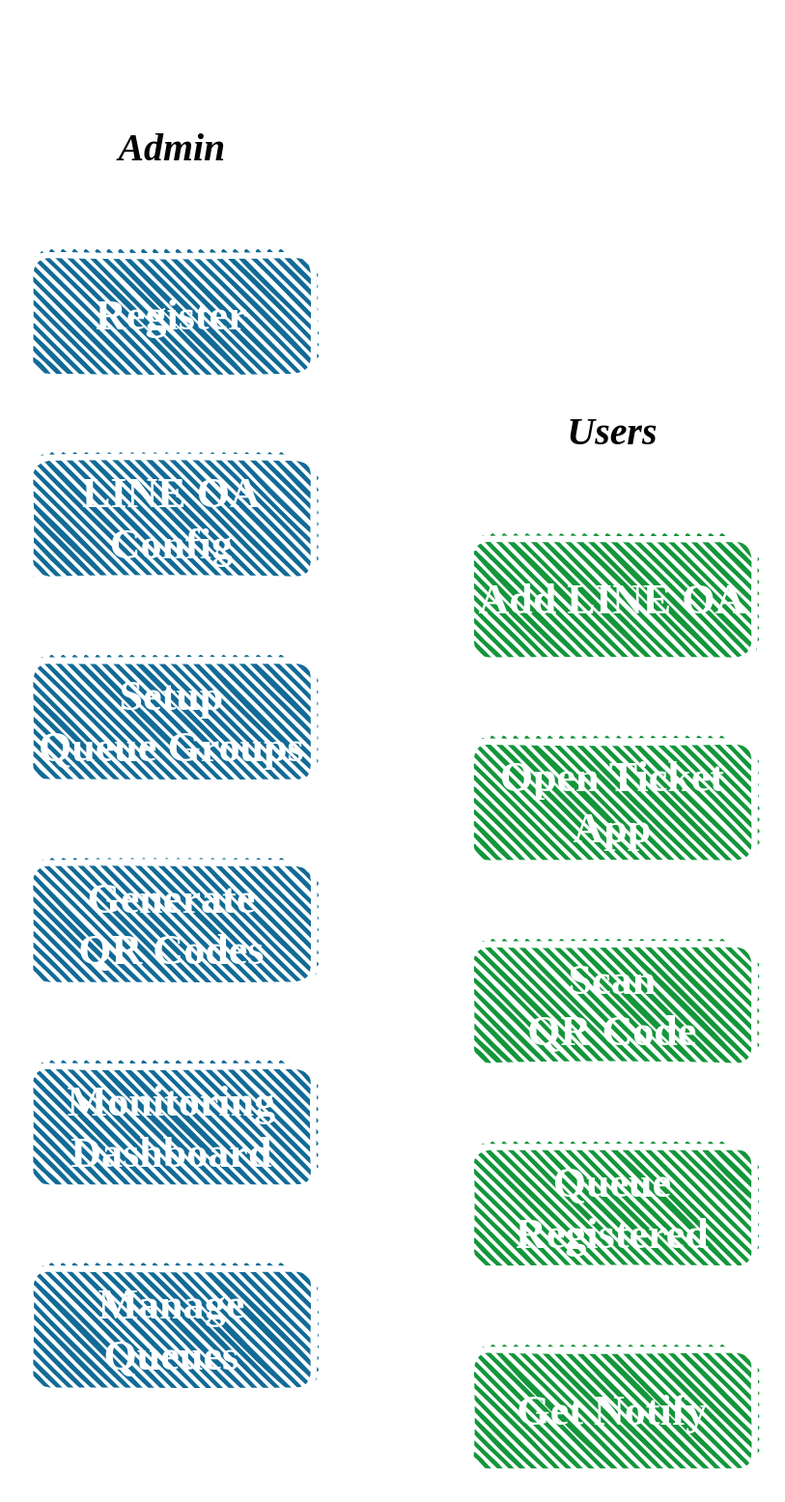
Pang25441/line-virtual-queue-frontend keeps this draw.io diagram as public/LVQ-Flow-FlowTH.drawio.svg. Above is the earlier version. Source tidied: cells renumbered, new cells last; positions are measured from the earlier drawing's top-left corner, leaving out a move shared by most shapes.
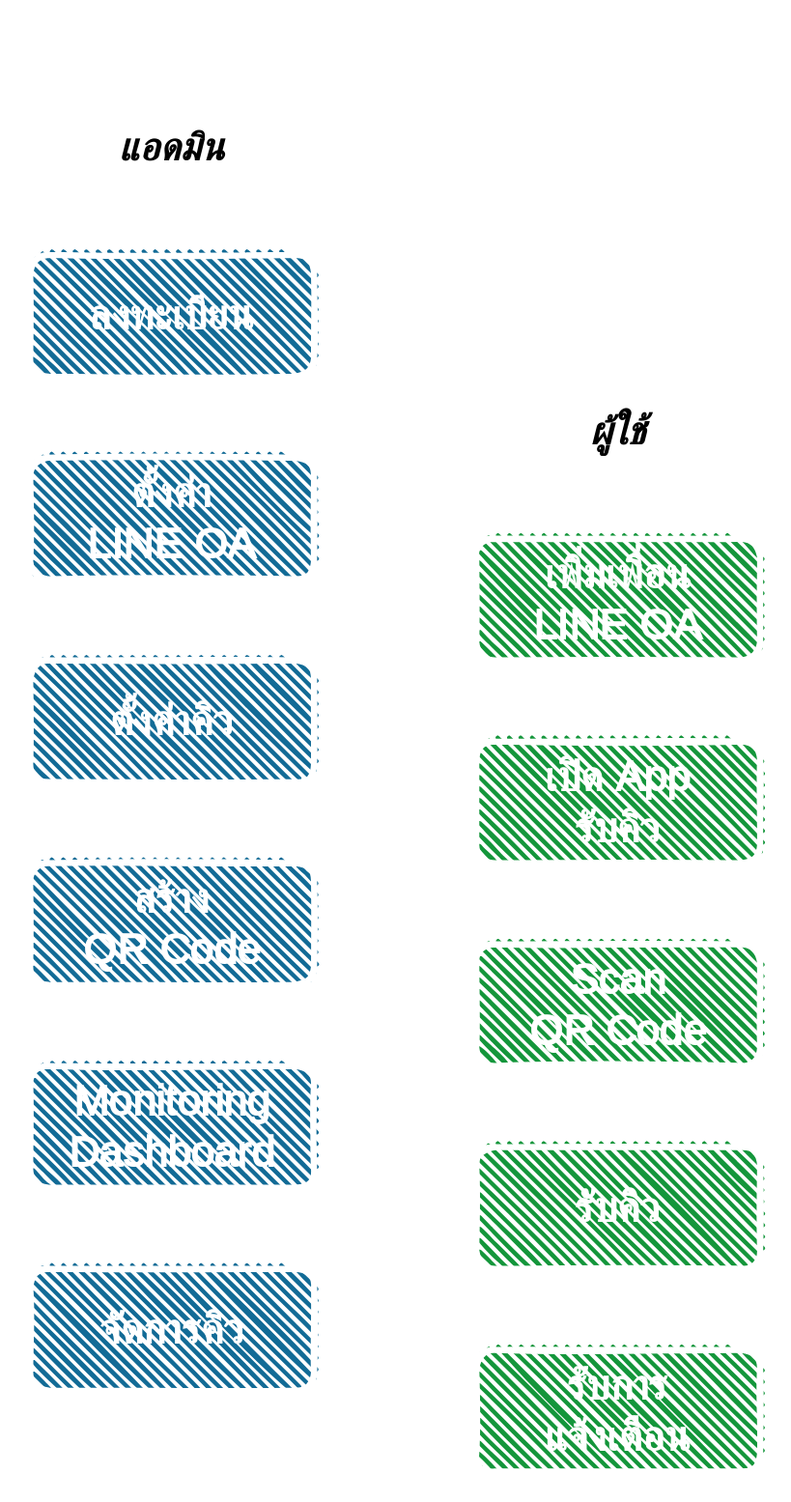
Later version of the same file.

What changed in the source:
```diff
@@ -1,24 +1,24 @@
-<mxGraphModel background="#000000">
+<mxGraphModel background="#121212">
   <root>
     <mxCell id="0" />
     <mxCell id="1" parent="0" />
     <mxCell id="2" style="edgeStyle=orthogonalEdgeStyle;rounded=0;jettySize=auto;html=1;exitX=0.5;exitY=1;exitDx=0;exitDy=0;fontFamily=Garamond;fontSize=38;fontColor=#FFFFFF;strokeColor=#FFFFFF;strokeWidth=6;entryX=0.5;entryY=0;entryDx=0;entryDy=0;" parent="1" edge="1" source="3" target="5">
       <mxGeometry relative="1" as="geometry" />
     </mxCell>
-    <mxCell id="3" value="Register" style="rounded=1;whiteSpace=wrap;html=1;strokeWidth=6;fillWeight=4;hachureGap=8;hachureAngle=45;fillColor=#126B96;sketch=1;strokeColor=#FFFFFF;fontSize=42;fontStyle=1;fontFamily=Kanit;fontColor=#FFFFFF;fontSource=https%3A%2F%2Ffonts.googleapis.com%2Fcss%3Ffamily%3DKanit;labelBackgroundColor=none;labelBorderColor=none;shadow=0;spacing=2;fillStyle=hachure;glass=0;perimeterSpacing=0;gradientColor=none;" parent="1" vertex="1">
-      <mxGeometry y="221.7" width="280" height="120" as="geometry" />
+    <mxCell id="3" value="ลงทะเบียน" style="rounded=1;whiteSpace=wrap;html=1;strokeWidth=6;fillWeight=4;hachureGap=8;hachureAngle=45;fillColor=#126B96;sketch=1;strokeColor=#FFFFFF;fontSize=42;fontStyle=1;fontFamily=Kanit;fontColor=#FFFFFF;fontSource=https%3A%2F%2Ffonts.googleapis.com%2Fcss%3Ffamily%3DKanit;labelBackgroundColor=none;labelBorderColor=none;shadow=0;spacing=2;fillStyle=hachure;glass=0;perimeterSpacing=0;gradientColor=none;" parent="1" vertex="1">
+      <mxGeometry x="12" y="221.7" width="280" height="120" as="geometry" />
     </mxCell>
     <mxCell id="4" style="edgeStyle=orthogonalEdgeStyle;rounded=0;jettySize=auto;html=1;fontFamily=Garamond;fontSize=38;fontColor=#FFFFFF;strokeColor=#FFFFFF;strokeWidth=6;" parent="1" edge="1" source="5" target="7">
       <mxGeometry relative="1" as="geometry" />
     </mxCell>
-    <mxCell id="5" value="LINE OA&lt;br style=&quot;font-size: 42px;&quot;&gt;Config" style="rounded=1;whiteSpace=wrap;html=1;strokeWidth=6;fillWeight=4;hachureGap=8;hachureAngle=45;fillColor=#126B96;sketch=1;strokeColor=#FFFFFF;fontSize=42;fontStyle=1;fontFamily=Kanit;fontColor=#FFFFFF;fontSource=https%3A%2F%2Ffonts.googleapis.com%2Fcss%3Ffamily%3DKanit;labelBackgroundColor=none;labelBorderColor=none;shadow=0;spacing=2;fillStyle=hachure;glass=0;perimeterSpacing=0;gradientColor=none;" parent="1" vertex="1">
-      <mxGeometry y="421.7" width="280" height="120" as="geometry" />
+    <mxCell id="5" value="ตั้งค่า&lt;br&gt;LINE OA" style="rounded=1;whiteSpace=wrap;html=1;strokeWidth=6;fillWeight=4;hachureGap=8;hachureAngle=45;fillColor=#126B96;sketch=1;strokeColor=#FFFFFF;fontSize=42;fontStyle=1;fontFamily=Kanit;fontColor=#FFFFFF;fontSource=https%3A%2F%2Ffonts.googleapis.com%2Fcss%3Ffamily%3DKanit;labelBackgroundColor=none;labelBorderColor=none;shadow=0;spacing=2;fillStyle=hachure;glass=0;perimeterSpacing=0;gradientColor=none;" parent="1" vertex="1">
+      <mxGeometry x="12" y="421.7" width="280" height="120" as="geometry" />
     </mxCell>
     <mxCell id="6" style="edgeStyle=orthogonalEdgeStyle;rounded=0;jettySize=auto;html=1;fontFamily=Garamond;fontSize=38;fontColor=#FFFFFF;strokeColor=#FFFFFF;strokeWidth=6;" parent="1" edge="1" source="7" target="10">
       <mxGeometry relative="1" as="geometry" />
     </mxCell>
-    <mxCell id="7" value="Setup&lt;br style=&quot;font-size: 42px;&quot;&gt;Queue Groups" style="rounded=1;whiteSpace=wrap;html=1;strokeWidth=6;fillWeight=4;hachureGap=8;hachureAngle=45;fillColor=#126B96;sketch=1;strokeColor=#FFFFFF;fontSize=42;fontStyle=1;fontFamily=Kanit;fontColor=#FFFFFF;fontSource=https%3A%2F%2Ffonts.googleapis.com%2Fcss%3Ffamily%3DKanit;labelBackgroundColor=none;labelBorderColor=none;shadow=0;spacing=2;fillStyle=hachure;glass=0;perimeterSpacing=0;gradientColor=none;" parent="1" vertex="1">
-      <mxGeometry y="621.7" width="280" height="120" as="geometry" />
+    <mxCell id="7" value="ตั้งค่าคิว" style="rounded=1;whiteSpace=wrap;html=1;strokeWidth=6;fillWeight=4;hachureGap=8;hachureAngle=45;fillColor=#126B96;sketch=1;strokeColor=#FFFFFF;fontSize=42;fontStyle=1;fontFamily=Kanit;fontColor=#FFFFFF;fontSource=https%3A%2F%2Ffonts.googleapis.com%2Fcss%3Ffamily%3DKanit;labelBackgroundColor=none;labelBorderColor=none;shadow=0;spacing=2;fillStyle=hachure;glass=0;perimeterSpacing=0;gradientColor=none;" parent="1" vertex="1">
+      <mxGeometry x="12" y="621.7" width="280" height="120" as="geometry" />
     </mxCell>
     <mxCell id="8" style="edgeStyle=entityRelationEdgeStyle;jettySize=auto;html=1;exitX=1;exitY=0.5;exitDx=0;exitDy=0;entryX=0;entryY=0.5;entryDx=0;entryDy=0;fontFamily=Garamond;fontSize=38;fontColor=#FFFFFF;strokeColor=#FFFFFF;strokeWidth=6;elbow=vertical;rounded=0;" parent="1" edge="1" source="10" target="16">
       <mxGeometry relative="1" as="geometry" />
@@ -26,59 +26,59 @@
     <mxCell id="9" style="rounded=0;jumpStyle=none;jettySize=auto;html=1;exitX=0.5;exitY=1;exitDx=0;exitDy=0;entryX=0.5;entryY=0;entryDx=0;entryDy=0;fontFamily=Garamond;fontSize=38;fontColor=#FFFFFF;sourcePerimeterSpacing=0;targetPerimeterSpacing=0;strokeColor=#FFFFFF;strokeWidth=6;elbow=vertical;" parent="1" edge="1" source="10" target="23">
       <mxGeometry relative="1" as="geometry" />
     </mxCell>
-    <mxCell id="10" value="Generate&lt;br style=&quot;font-size: 42px;&quot;&gt;QR Codes" style="rounded=1;whiteSpace=wrap;html=1;strokeWidth=6;fillWeight=4;hachureGap=8;hachureAngle=45;fillColor=#126B96;sketch=1;strokeColor=#FFFFFF;fontSize=42;fontStyle=1;fontFamily=Kanit;fontColor=#FFFFFF;fontSource=https%3A%2F%2Ffonts.googleapis.com%2Fcss%3Ffamily%3DKanit;labelBackgroundColor=none;labelBorderColor=none;shadow=0;spacing=2;fillStyle=hachure;glass=0;perimeterSpacing=0;gradientColor=none;" parent="1" vertex="1">
-      <mxGeometry y="821.7" width="280" height="120" as="geometry" />
+    <mxCell id="10" value="สร้าง&lt;br style=&quot;font-size: 42px;&quot;&gt;QR Code" style="rounded=1;whiteSpace=wrap;html=1;strokeWidth=6;fillWeight=4;hachureGap=8;hachureAngle=45;fillColor=#126B96;sketch=1;strokeColor=#FFFFFF;fontSize=42;fontStyle=1;fontFamily=Kanit;fontColor=#FFFFFF;fontSource=https%3A%2F%2Ffonts.googleapis.com%2Fcss%3Ffamily%3DKanit;labelBackgroundColor=none;labelBorderColor=none;shadow=0;spacing=2;fillStyle=hachure;glass=0;perimeterSpacing=0;gradientColor=none;" parent="1" vertex="1">
+      <mxGeometry x="12" y="821.7" width="280" height="120" as="geometry" />
     </mxCell>
     <mxCell id="11" style="edgeStyle=orthogonalEdgeStyle;rounded=0;jettySize=auto;html=1;fontFamily=Garamond;fontSize=38;fontColor=#FFFFFF;strokeColor=#FFFFFF;strokeWidth=6;" parent="1" edge="1" source="12" target="14">
       <mxGeometry relative="1" as="geometry" />
     </mxCell>
-    <mxCell id="12" value="Add LINE OA" style="rounded=1;whiteSpace=wrap;html=1;strokeWidth=6;fillWeight=4;hachureGap=8;hachureAngle=45;fillColor=#14963B;sketch=1;strokeColor=#FFFFFF;fontSize=42;fontStyle=1;fontFamily=Kanit;fontColor=#FFFFFF;fontSource=https%3A%2F%2Ffonts.googleapis.com%2Fcss%3Ffamily%3DKanit;labelBackgroundColor=none;labelBorderColor=none;shadow=0;spacing=2;fillStyle=hachure;glass=0;perimeterSpacing=0;gradientColor=none;" parent="1" vertex="1">
-      <mxGeometry x="435" y="501.7" width="280" height="120" as="geometry" />
+    <mxCell id="12" value="เพิ่มเพื่อน&lt;br&gt;LINE OA" style="rounded=1;whiteSpace=wrap;html=1;strokeWidth=6;fillWeight=4;hachureGap=8;hachureAngle=45;fillColor=#14963B;sketch=1;strokeColor=#FFFFFF;fontSize=42;fontStyle=1;fontFamily=Kanit;fontColor=#FFFFFF;fontSource=https%3A%2F%2Ffonts.googleapis.com%2Fcss%3Ffamily%3DKanit;labelBackgroundColor=none;labelBorderColor=none;shadow=0;spacing=2;fillStyle=hachure;glass=0;perimeterSpacing=0;gradientColor=none;" parent="1" vertex="1">
+      <mxGeometry x="452" y="501.7" width="280" height="120" as="geometry" />
     </mxCell>
     <mxCell id="13" style="edgeStyle=orthogonalEdgeStyle;rounded=0;jettySize=auto;html=1;fontFamily=Garamond;fontSize=38;fontColor=#FFFFFF;strokeColor=#FFFFFF;strokeWidth=6;" parent="1" edge="1" source="14" target="16">
       <mxGeometry relative="1" as="geometry" />
     </mxCell>
-    <mxCell id="14" value="Open Ticket App" style="rounded=1;whiteSpace=wrap;html=1;strokeWidth=6;fillWeight=4;hachureGap=8;hachureAngle=45;fillColor=#14963B;sketch=1;strokeColor=#FFFFFF;fontSize=42;fontStyle=1;fontFamily=Kanit;fontColor=#FFFFFF;fontSource=https%3A%2F%2Ffonts.googleapis.com%2Fcss%3Ffamily%3DKanit;labelBackgroundColor=none;labelBorderColor=none;shadow=0;spacing=2;fillStyle=hachure;glass=0;perimeterSpacing=0;gradientColor=none;" parent="1" vertex="1">
-      <mxGeometry x="435" y="701.7" width="280" height="120" as="geometry" />
+    <mxCell id="14" value="เปิด App&lt;br&gt;รับคิว" style="rounded=1;whiteSpace=wrap;html=1;strokeWidth=6;fillWeight=4;hachureGap=8;hachureAngle=45;fillColor=#14963B;sketch=1;strokeColor=#FFFFFF;fontSize=42;fontStyle=1;fontFamily=Kanit;fontColor=#FFFFFF;fontSource=https%3A%2F%2Ffonts.googleapis.com%2Fcss%3Ffamily%3DKanit;labelBackgroundColor=none;labelBorderColor=none;shadow=0;spacing=2;fillStyle=hachure;glass=0;perimeterSpacing=0;gradientColor=none;" parent="1" vertex="1">
+      <mxGeometry x="452" y="701.7" width="280" height="120" as="geometry" />
     </mxCell>
     <mxCell id="15" style="edgeStyle=orthogonalEdgeStyle;rounded=0;jettySize=auto;html=1;fontFamily=Garamond;fontSize=38;fontColor=#FFFFFF;strokeColor=#FFFFFF;strokeWidth=6;" parent="1" edge="1" source="16" target="20">
       <mxGeometry relative="1" as="geometry" />
     </mxCell>
     <mxCell id="16" value="Scan&lt;br&gt;QR Code" style="rounded=1;whiteSpace=wrap;html=1;strokeWidth=6;fillWeight=4;hachureGap=8;hachureAngle=45;fillColor=#14963B;sketch=1;strokeColor=#FFFFFF;fontSize=42;fontStyle=1;fontFamily=Kanit;fontColor=#FFFFFF;fontSource=https%3A%2F%2Ffonts.googleapis.com%2Fcss%3Ffamily%3DKanit;labelBackgroundColor=none;labelBorderColor=none;shadow=0;spacing=2;fillStyle=hachure;glass=0;perimeterSpacing=0;gradientColor=none;" parent="1" vertex="1">
-      <mxGeometry x="435" y="901.7" width="280" height="120" as="geometry" />
+      <mxGeometry x="452" y="901.7" width="280" height="120" as="geometry" />
     </mxCell>
     <mxCell id="17" style="edgeStyle=entityRelationEdgeStyle;rounded=0;jettySize=auto;html=1;exitX=1;exitY=0.5;exitDx=0;exitDy=0;entryX=0;entryY=0.5;entryDx=0;entryDy=0;fontFamily=Garamond;fontSize=38;fontColor=#FFFFFF;strokeColor=#FFFFFF;strokeWidth=6;jumpStyle=none;targetPerimeterSpacing=0;sourcePerimeterSpacing=0;" parent="1" edge="1" source="18" target="21">
       <mxGeometry relative="1" as="geometry" />
     </mxCell>
-    <mxCell id="18" value="Manage&lt;br style=&quot;font-size: 42px;&quot;&gt;Queues" style="rounded=1;whiteSpace=wrap;html=1;strokeWidth=6;fillWeight=4;hachureGap=8;hachureAngle=45;fillColor=#126B96;sketch=1;strokeColor=#FFFFFF;fontSize=42;fontStyle=1;fontFamily=Kanit;fontColor=#FFFFFF;fontSource=https%3A%2F%2Ffonts.googleapis.com%2Fcss%3Ffamily%3DKanit;labelBackgroundColor=none;labelBorderColor=none;shadow=0;spacing=2;fillStyle=hachure;glass=0;perimeterSpacing=0;gradientColor=none;" parent="1" vertex="1">
-      <mxGeometry y="1221.7" width="280" height="120" as="geometry" />
+    <mxCell id="18" value="จัดการคิว" style="rounded=1;whiteSpace=wrap;html=1;strokeWidth=6;fillWeight=4;hachureGap=8;hachureAngle=45;fillColor=#126B96;sketch=1;strokeColor=#FFFFFF;fontSize=42;fontStyle=1;fontFamily=Kanit;fontColor=#FFFFFF;fontSource=https%3A%2F%2Ffonts.googleapis.com%2Fcss%3Ffamily%3DKanit;labelBackgroundColor=none;labelBorderColor=none;shadow=0;spacing=2;fillStyle=hachure;glass=0;perimeterSpacing=0;gradientColor=none;" parent="1" vertex="1">
+      <mxGeometry x="12" y="1221.7" width="280" height="120" as="geometry" />
     </mxCell>
     <mxCell id="19" style="edgeStyle=entityRelationEdgeStyle;rounded=0;jettySize=auto;html=1;exitX=0;exitY=0.5;exitDx=0;exitDy=0;entryX=1;entryY=0.5;entryDx=0;entryDy=0;fontFamily=Garamond;fontSize=38;fontColor=#FFFFFF;strokeColor=#FFFFFF;strokeWidth=6;" parent="1" edge="1" source="20" target="23">
       <mxGeometry relative="1" as="geometry" />
     </mxCell>
-    <mxCell id="20" value="Queue Registered" style="rounded=1;whiteSpace=wrap;html=1;strokeWidth=6;fillWeight=4;hachureGap=8;hachureAngle=45;fillColor=#14963B;sketch=1;strokeColor=#FFFFFF;fontSize=42;fontStyle=1;fontFamily=Kanit;fontColor=#FFFFFF;fontSource=https%3A%2F%2Ffonts.googleapis.com%2Fcss%3Ffamily%3DKanit;labelBackgroundColor=none;labelBorderColor=none;shadow=0;spacing=2;fillStyle=hachure;glass=0;perimeterSpacing=0;gradientColor=none;" parent="1" vertex="1">
-      <mxGeometry x="435" y="1101.7" width="280" height="120" as="geometry" />
+    <mxCell id="20" value="รับคิว" style="rounded=1;whiteSpace=wrap;html=1;strokeWidth=6;fillWeight=4;hachureGap=8;hachureAngle=45;fillColor=#14963B;sketch=1;strokeColor=#FFFFFF;fontSize=42;fontStyle=1;fontFamily=Kanit;fontColor=#FFFFFF;fontSource=https%3A%2F%2Ffonts.googleapis.com%2Fcss%3Ffamily%3DKanit;labelBackgroundColor=none;labelBorderColor=none;shadow=0;spacing=2;fillStyle=hachure;glass=0;perimeterSpacing=0;gradientColor=none;" parent="1" vertex="1">
+      <mxGeometry x="452" y="1101.7" width="280" height="120" as="geometry" />
     </mxCell>
-    <mxCell id="21" value="Get Notify" style="rounded=1;whiteSpace=wrap;html=1;strokeWidth=6;fillWeight=4;hachureGap=8;hachureAngle=45;fillColor=#14963B;sketch=1;strokeColor=#FFFFFF;fontSize=42;fontStyle=1;fontFamily=Kanit;fontColor=#FFFFFF;fontSource=https%3A%2F%2Ffonts.googleapis.com%2Fcss%3Ffamily%3DKanit;labelBackgroundColor=none;labelBorderColor=none;shadow=0;spacing=2;fillStyle=hachure;glass=0;perimeterSpacing=0;gradientColor=none;" parent="1" vertex="1">
-      <mxGeometry x="435" y="1301.7" width="280" height="120" as="geometry" />
+    <mxCell id="21" value="รับการ&lt;br&gt;แจ้งเตือน" style="rounded=1;whiteSpace=wrap;html=1;strokeWidth=6;fillWeight=4;hachureGap=8;hachureAngle=45;fillColor=#14963B;sketch=1;strokeColor=#FFFFFF;fontSize=42;fontStyle=1;fontFamily=Kanit;fontColor=#FFFFFF;fontSource=https%3A%2F%2Ffonts.googleapis.com%2Fcss%3Ffamily%3DKanit;labelBackgroundColor=none;labelBorderColor=none;shadow=0;spacing=2;fillStyle=hachure;glass=0;perimeterSpacing=0;gradientColor=none;" parent="1" vertex="1">
+      <mxGeometry x="452" y="1301.7" width="280" height="120" as="geometry" />
     </mxCell>
     <mxCell id="22" style="edgeStyle=none;rounded=0;jumpStyle=none;jettySize=auto;html=1;exitX=0.5;exitY=1;exitDx=0;exitDy=0;entryX=0.5;entryY=0;entryDx=0;entryDy=0;fontFamily=Garamond;fontSize=38;fontColor=#FFFFFF;sourcePerimeterSpacing=0;targetPerimeterSpacing=0;strokeColor=#FFFFFF;strokeWidth=6;elbow=vertical;" parent="1" edge="1" source="23" target="18">
       <mxGeometry relative="1" as="geometry" />
     </mxCell>
     <mxCell id="23" value="Monitoring&lt;br style=&quot;font-size: 42px;&quot;&gt;Dashboard" style="rounded=1;whiteSpace=wrap;html=1;strokeWidth=6;fillWeight=4;hachureGap=8;hachureAngle=45;fillColor=#126B96;sketch=1;strokeColor=#FFFFFF;fontSize=42;fontStyle=1;fontFamily=Kanit;fontColor=#FFFFFF;fontSource=https%3A%2F%2Ffonts.googleapis.com%2Fcss%3Ffamily%3DKanit;labelBackgroundColor=none;labelBorderColor=none;shadow=0;spacing=2;fillStyle=hachure;glass=0;perimeterSpacing=0;gradientColor=none;" parent="1" vertex="1">
-      <mxGeometry y="1021.7" width="280" height="120" as="geometry" />
+      <mxGeometry x="12" y="1021.7" width="280" height="120" as="geometry" />
     </mxCell>
     <mxCell id="24" style="edgeStyle=none;rounded=0;jumpStyle=none;jettySize=auto;html=1;exitX=0.5;exitY=1;exitDx=0;exitDy=0;entryX=0.5;entryY=0;entryDx=0;entryDy=0;fontFamily=Kanit;fontSource=https%3A%2F%2Ffonts.googleapis.com%2Fcss%3Ffamily%3DKanit;fontSize=38;fontColor=#E6E6E6;sourcePerimeterSpacing=0;targetPerimeterSpacing=0;strokeColor=#FFFFFF;strokeWidth=6;elbow=vertical;" parent="1" edge="1" source="25" target="3">
       <mxGeometry relative="1" as="geometry" />
     </mxCell>
-    <mxCell id="25" value="&lt;font color=&quot;#000000&quot;&gt;Admin&lt;/font&gt;" style="shape=actor;whiteSpace=wrap;html=1;shadow=0;glass=0;labelBackgroundColor=none;labelBorderColor=none;sketch=0;fillStyle=hachure;fontFamily=Kanit;fontSize=38;fontColor=#FFFFFF;strokeColor=#FFFFFF;strokeWidth=6;fillColor=default;gradientColor=none;fontSource=https%3A%2F%2Ffonts.googleapis.com%2Fcss%3Ffamily%3DKanit;verticalAlign=bottom;fontStyle=3;" parent="1" vertex="1">
-      <mxGeometry x="77.5" width="125" height="141.7" as="geometry" />
+    <mxCell id="25" value="&lt;font color=&quot;#000000&quot;&gt;แอดมิน&lt;/font&gt;" style="shape=actor;whiteSpace=wrap;html=1;shadow=0;glass=0;labelBackgroundColor=none;labelBorderColor=none;sketch=0;fillStyle=hachure;fontFamily=Kanit;fontSize=38;fontColor=#FFFFFF;strokeColor=#FFFFFF;strokeWidth=6;fillColor=default;gradientColor=none;fontSource=https%3A%2F%2Ffonts.googleapis.com%2Fcss%3Ffamily%3DKanit;verticalAlign=bottom;fontStyle=3;" parent="1" vertex="1">
+      <mxGeometry x="82" width="140" height="141.7" as="geometry" />
     </mxCell>
     <mxCell id="26" style="edgeStyle=none;rounded=0;jumpStyle=none;jettySize=auto;html=1;exitX=0.5;exitY=1;exitDx=0;exitDy=0;entryX=0.5;entryY=0;entryDx=0;entryDy=0;fontFamily=Kanit;fontSource=https%3A%2F%2Ffonts.googleapis.com%2Fcss%3Ffamily%3DKanit;fontSize=38;fontColor=#E6E6E6;sourcePerimeterSpacing=0;targetPerimeterSpacing=0;strokeColor=#FFFFFF;strokeWidth=6;elbow=vertical;" parent="1" edge="1" source="27" target="12">
       <mxGeometry relative="1" as="geometry" />
     </mxCell>
-    <mxCell id="27" value="&lt;font color=&quot;#000000&quot;&gt;Users&lt;/font&gt;" style="shape=actor;whiteSpace=wrap;html=1;shadow=0;glass=0;labelBackgroundColor=none;labelBorderColor=none;sketch=0;fillStyle=hachure;fontFamily=Kanit;fontSize=38;fontColor=#FFFFFF;strokeColor=#FFFFFF;strokeWidth=6;fillColor=default;gradientColor=none;fontSource=https%3A%2F%2Ffonts.googleapis.com%2Fcss%3Ffamily%3DKanit;verticalAlign=bottom;fontStyle=3;" parent="1" vertex="1">
-      <mxGeometry x="513.2" y="281.7" width="123.5" height="140" as="geometry" />
+    <mxCell id="27" value="&lt;font color=&quot;#000000&quot;&gt;ผู้ใช้&lt;/font&gt;" style="shape=actor;whiteSpace=wrap;html=1;shadow=0;glass=0;labelBackgroundColor=none;labelBorderColor=none;sketch=0;fillStyle=hachure;fontFamily=Kanit;fontSize=38;fontColor=#FFFFFF;strokeColor=#FFFFFF;strokeWidth=6;fillColor=default;gradientColor=none;fontSource=https%3A%2F%2Ffonts.googleapis.com%2Fcss%3Ffamily%3DKanit;verticalAlign=bottom;fontStyle=3;" parent="1" vertex="1">
+      <mxGeometry x="527" y="281.7" width="130" height="140" as="geometry" />
     </mxCell>
   </root>
 </mxGraphModel>
```
